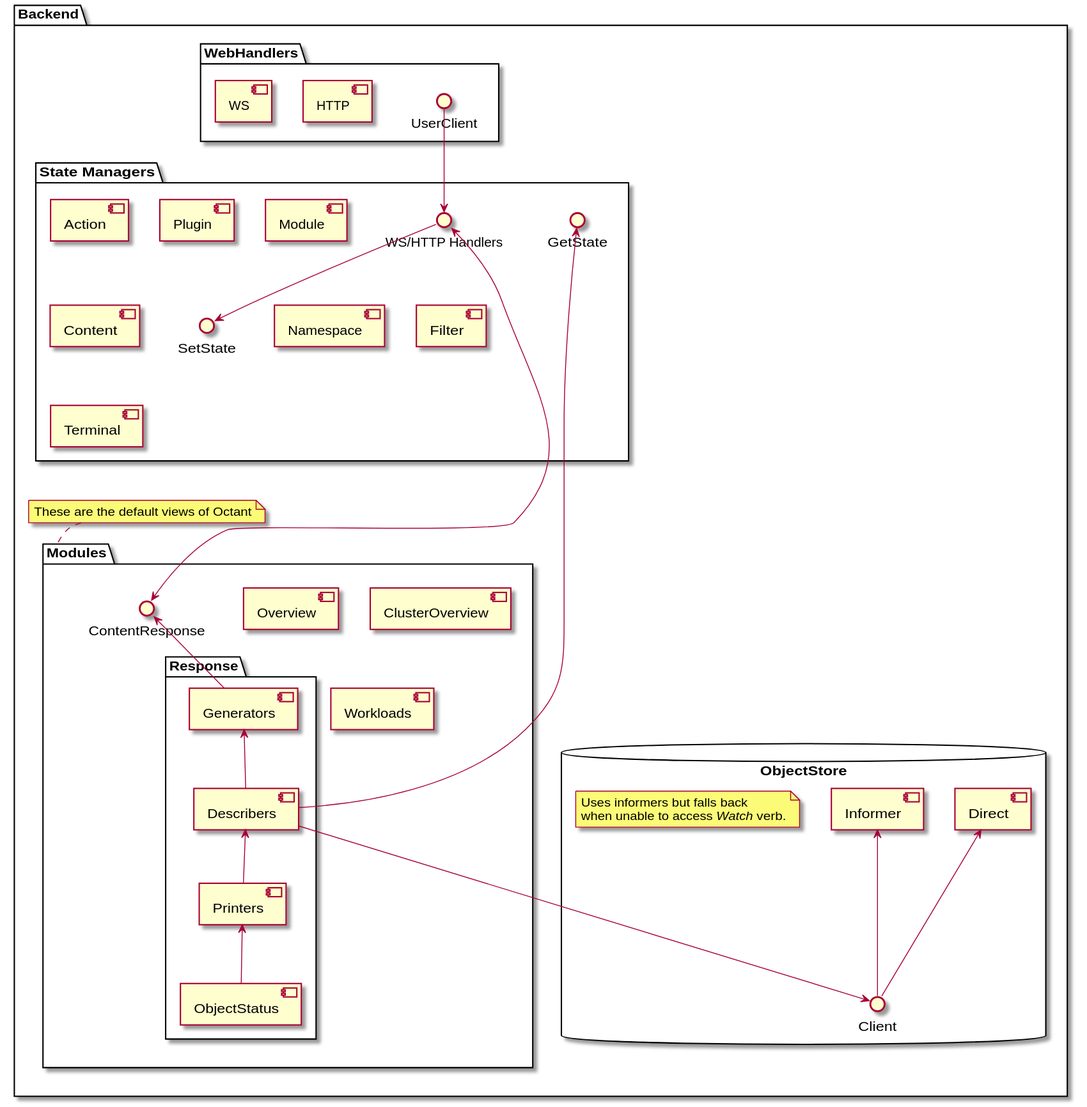
The PlantUML diagram out/octant-general-architecture/octant-general-architecture.svg in wwitzel3/octant-diagrams, before a commit.
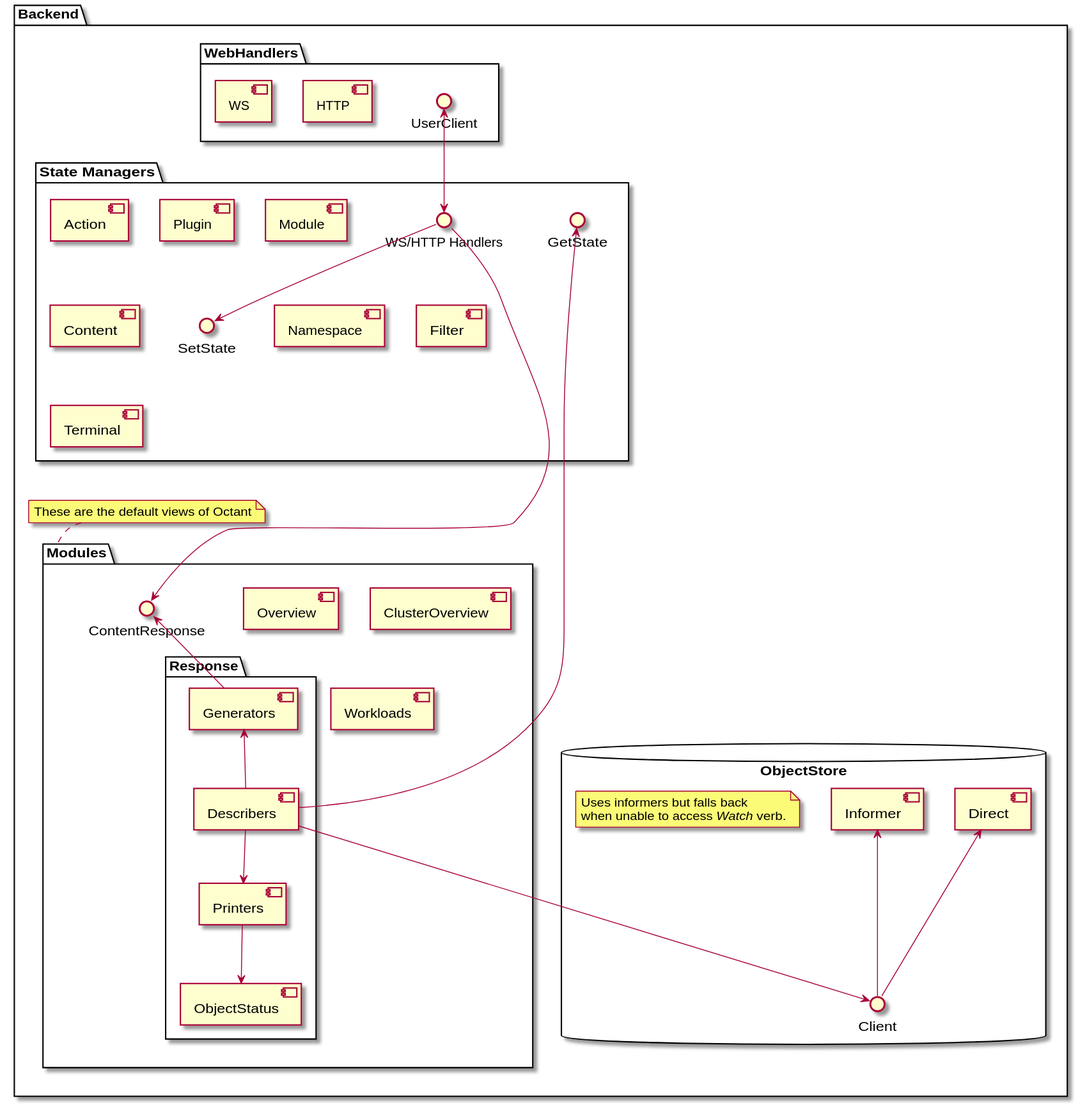
After the commit.

Commit message:
update component directions

The edit, as a diff of the source:
```diff
@@ -48,15 +48,15 @@
     }
 }
 
-UserClient --> Handlers
+UserClient <--> Handlers
 Handlers --> SetState
 
 Describers ---> Client
 
-Printers <-- ObjectStatus
-Describers <-- Printers
+Printers --> ObjectStatus
+Describers --> Printers
 Describers --> GetState
 Generators <-- Describers
 ContentResponse <-- Generators
-Handlers <-----> ContentResponse
+Handlers -----> ContentResponse
 @enduml
```
